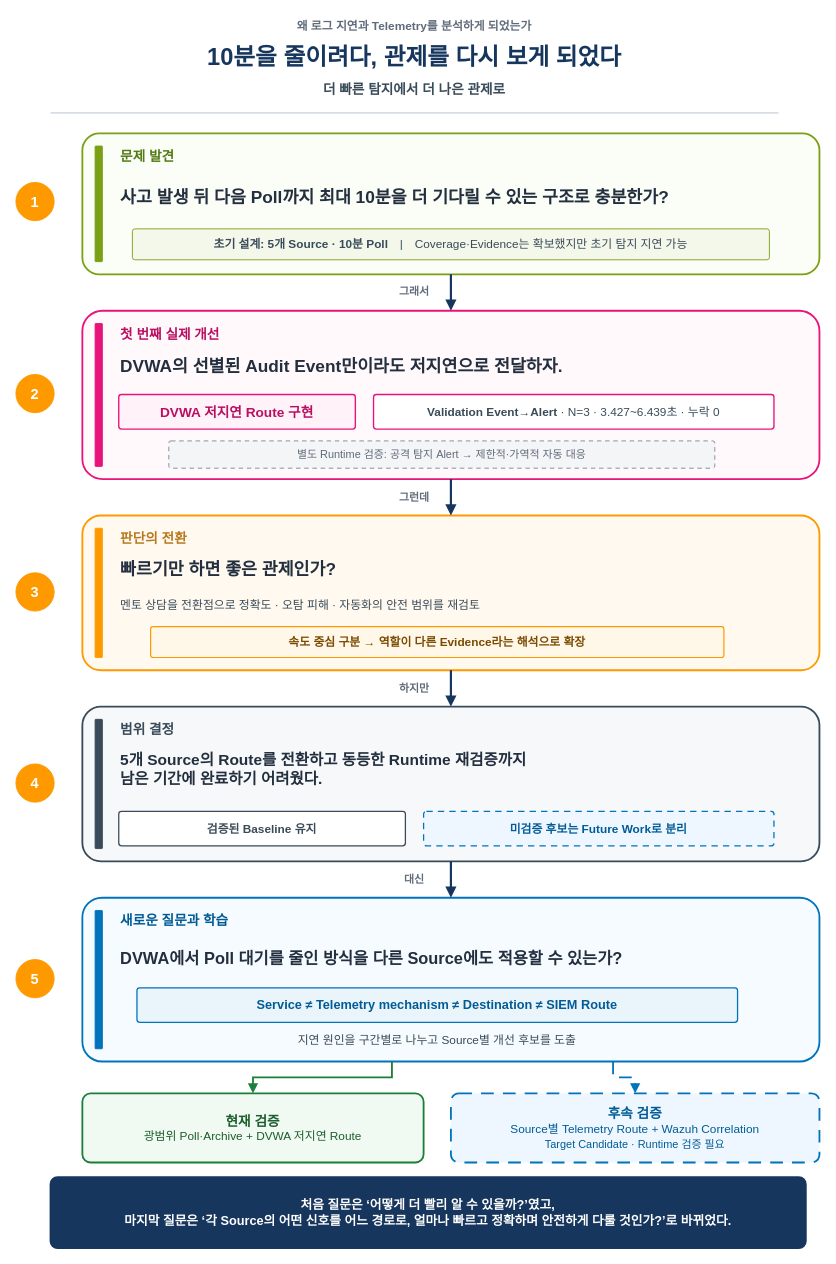
Unoh03/Obsi3 keeps this draw.io diagram as 20_팀 프로젝트/3차 프로젝트/보고서/7.0 10분을 줄이려다 관제를 다시 보게 되었다.drawio. Above is the earlier version. Source tidied: cells renumbered, new cells numbered last; positions are measured from the earlier drawing's top-left corner, leaving out a move shared by most shapes. Both pictures are drawn from the tidied source at 91%, with x=0, y=0 at pixel (15, 15).
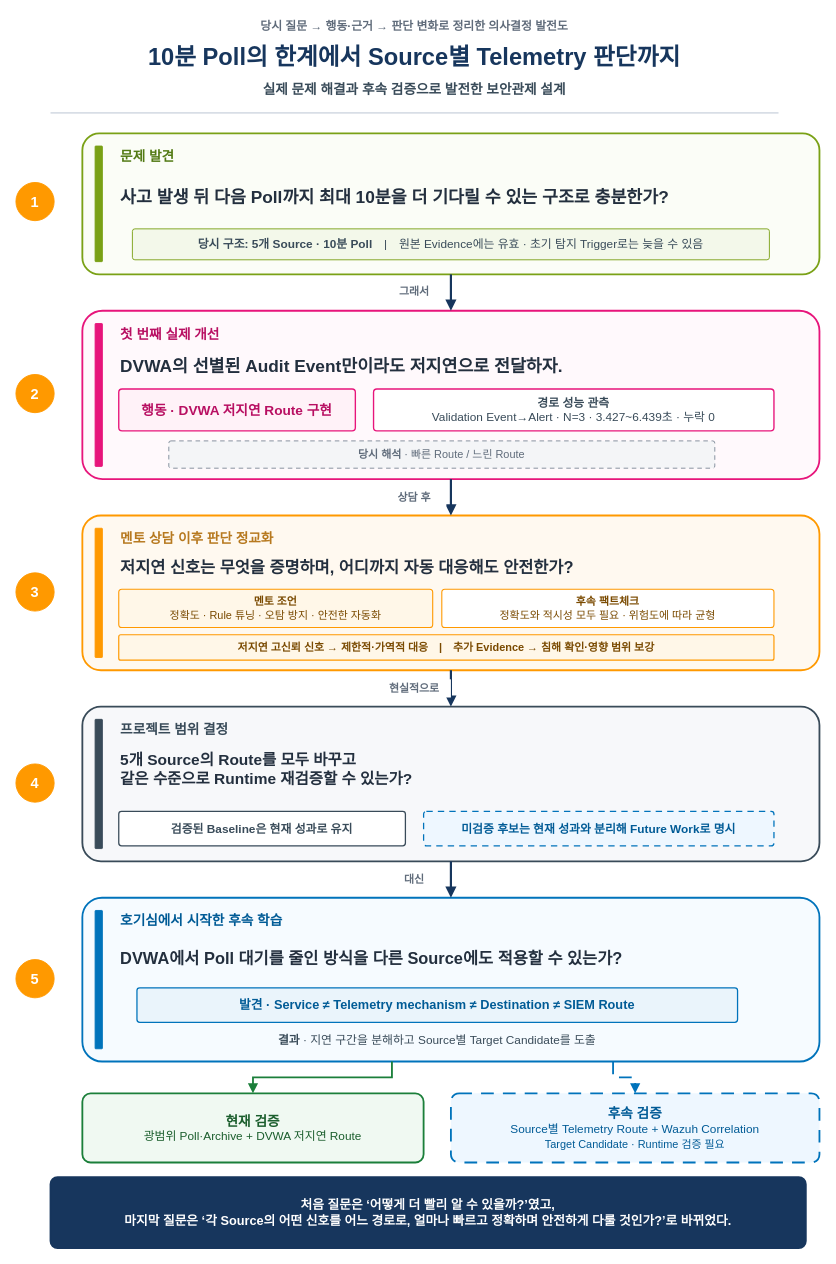
Above is the later version.

Commit message:
Auto: 2026. 08. 26. 17:55:09 M 20_팀 프로젝트/3차 프로젝트/보고서/7.0 10분을 줄이려다 관제를 다시 보게 되었다.drawio

The edit, as a diff of the source:
```diff
@@
-    <mxCell id="2" value="왜 로그 지연과 Telemetry를 분석하게 되었는가" style="html=1;whiteSpace=wrap;strokeColor=none;fillColor=none;align=center;verticalAlign=middle;fontColor=#5F6B7A;fontSize=13;fontStyle=1;" parent="1" vertex="1">
+    <mxCell id="2" value="당시 질문 → 행동·근거 → 판단 변화로 정리한 의사결정 발전도" style="html=1;whiteSpace=wrap;strokeColor=none;fillColor=none;align=center;verticalAlign=middle;fontColor=#5F6B7A;fontSize=13;fontStyle=1;" parent="1" vertex="1">
       <mxGeometry x="128" width="620" height="22" as="geometry" />
     </mxCell>
-    <mxCell id="3" value="10분을 줄이려다, 관제를 다시 보게 되었다" style="html=1;whiteSpace=wrap;strokeColor=none;fillColor=none;align=center;verticalAlign=middle;fontColor=#17365D;fontSize=26;fontStyle=1;" parent="1" vertex="1">
+    <mxCell id="3" value="10분 Poll의 한계에서 Source별 Telemetry 판단까지" style="html=1;whiteSpace=wrap;strokeColor=none;fillColor=none;align=center;verticalAlign=middle;fontColor=#17365D;fontSize=26;fontStyle=1;" parent="1" vertex="1">
       <mxGeometry x="28" y="24" width="820" height="42" as="geometry" />
     </mxCell>
-    <mxCell id="4" value="더 빠른 탐지에서 더 나은 관제로" style="html=1;whiteSpace=wrap;strokeColor=none;fillColor=none;align=center;verticalAlign=middle;fontColor=#394B59;fontSize=15;fontStyle=1;" parent="1" vertex="1">
+    <mxCell id="4" value="실제 문제 해결과 후속 검증으로 발전한 보안관제 설계" style="html=1;whiteSpace=wrap;strokeColor=none;fillColor=none;align=center;verticalAlign=middle;fontColor=#394B59;fontSize=15;fontStyle=1;" parent="1" vertex="1">
       <mxGeometry x="158" y="68" width="560" height="24" as="geometry" />
     </mxCell>
@@
-    <mxCell id="11" value="&lt;b&gt;초기 설계: 5개 Source · 10분 Poll&lt;/b&gt;　|　Coverage·Evidence는 확보했지만 초기 탐지 지연 가능" style="rounded=1;arcSize=8;whiteSpace=wrap;html=1;fillColor=#F3F8EA;strokeColor=#7AA116;strokeWidth=1;fontColor=#394B59;fontSize=13;align=center;verticalAlign=middle;" parent="1" vertex="1">
+    <mxCell id="11" value="&lt;b&gt;당시 구조: 5개 Source · 10분 Poll&lt;/b&gt;　|　원본 Evidence에는 유효 · 초기 탐지 Trigger로는 늦을 수 있음" style="rounded=1;arcSize=8;whiteSpace=wrap;html=1;fillColor=#F3F8EA;strokeColor=#7AA116;strokeWidth=1;fontColor=#394B59;fontSize=13;align=center;verticalAlign=middle;" parent="1" vertex="1">
       <mxGeometry x="128" y="234" width="700" height="34" as="geometry" />
     </mxCell>
@@
-    <mxCell id="17" value="DVWA 저지연 Route 구현" style="rounded=1;arcSize=8;whiteSpace=wrap;html=1;fillColor=#FFF2F8;strokeColor=#E7157B;strokeWidth=1.5;fontColor=#B80F62;fontSize=15;fontStyle=1;align=center;verticalAlign=middle;" parent="1" vertex="1">
-      <mxGeometry x="113" y="416" width="260" height="38" as="geometry" />
+    <mxCell id="17" value="&lt;b&gt;행동&lt;/b&gt; · DVWA 저지연 Route 구현" style="rounded=1;arcSize=8;whiteSpace=wrap;html=1;fillColor=#FFF2F8;strokeColor=#E7157B;strokeWidth=1.5;fontColor=#B80F62;fontSize=15;fontStyle=1;align=center;verticalAlign=middle;" parent="1" vertex="1">
+      <mxGeometry x="113" y="410" width="260" height="46" as="geometry" />
     </mxCell>
-    <mxCell id="18" value="&lt;b&gt;Validation Event→Alert&lt;/b&gt; · N=3 · 3.427~6.439초 · 누락 0" style="rounded=1;arcSize=8;whiteSpace=wrap;html=1;fillColor=#FFFFFF;strokeColor=#E7157B;strokeWidth=1.5;fontColor=#394B59;fontSize=13;align=center;verticalAlign=middle;" parent="1" vertex="1">
-      <mxGeometry x="393" y="416" width="440" height="38" as="geometry" />
+    <mxCell id="18" value="&lt;b&gt;경로 성능 관측&lt;/b&gt;&lt;br&gt;Validation Event→Alert · N=3 · 3.427~6.439초 · 누락 0" style="rounded=1;arcSize=8;whiteSpace=wrap;html=1;fillColor=#FFFFFF;strokeColor=#E7157B;strokeWidth=1.5;fontColor=#394B59;fontSize=13;align=center;verticalAlign=middle;" parent="1" vertex="1">
+      <mxGeometry x="393" y="410" width="440" height="46" as="geometry" />
     </mxCell>
-    <mxCell id="19" value="별도 Runtime 검증: 공격 탐지 Alert → 제한적·가역적 자동 대응" style="rounded=1;arcSize=8;whiteSpace=wrap;html=1;fillColor=#F4F5F7;strokeColor=#7D8998;strokeWidth=1;dashed=1;dashPattern=5 4;fontColor=#5F6B7A;fontSize=12;align=center;verticalAlign=middle;" parent="1" vertex="1">
+    <mxCell id="19" value="&lt;b&gt;당시 해석&lt;/b&gt; · 빠른 Route / 느린 Route" style="rounded=1;arcSize=8;whiteSpace=wrap;html=1;fillColor=#F4F5F7;strokeColor=#7D8998;strokeWidth=1;dashed=1;dashPattern=5 4;fontColor=#5F6B7A;fontSize=12;align=center;verticalAlign=middle;" parent="1" vertex="1">
       <mxGeometry x="168" y="467" width="600" height="30" as="geometry" />
     </mxCell>
@@
-    <mxCell id="23" value="판단의 전환" style="html=1;whiteSpace=wrap;strokeColor=none;fillColor=none;align=left;verticalAlign=middle;fontColor=#B7791F;fontSize=15;fontStyle=1;" parent="1" vertex="1">
-      <mxGeometry x="113" y="562" width="200" height="24" as="geometry" />
+    <mxCell id="23" value="멘토 상담 이후 판단 정교화" style="html=1;whiteSpace=wrap;strokeColor=none;fillColor=none;align=left;verticalAlign=middle;fontColor=#B7791F;fontSize=15;fontStyle=1;" parent="1" vertex="1">
+      <mxGeometry x="113" y="562" width="300" height="24" as="geometry" />
     </mxCell>
-    <mxCell id="24" value="빠르기만 하면 좋은 관제인가?" style="html=1;whiteSpace=wrap;strokeColor=none;fillColor=none;align=left;verticalAlign=middle;fontColor=#232F3E;fontSize=19;fontStyle=1;" parent="1" vertex="1">
-      <mxGeometry x="113" y="588" width="700" height="42" as="geometry" />
+    <mxCell id="24" value="저지연 신호는 무엇을 증명하며, 어디까지 자동 대응해도 안전한가?" style="html=1;whiteSpace=wrap;strokeColor=none;fillColor=none;align=left;verticalAlign=middle;fontColor=#232F3E;fontSize=18;fontStyle=1;" parent="1" vertex="1">
+      <mxGeometry x="113" y="588" width="720" height="38" as="geometry" />
     </mxCell>
-    <mxCell id="25" value="멘토 상담을 전환점으로 정확도 · 오탐 피해 · 자동화의 안전 범위를 재검토" style="html=1;whiteSpace=wrap;strokeColor=none;fillColor=none;align=left;verticalAlign=middle;fontColor=#394B59;fontSize=13;" parent="1" vertex="1">
-      <mxGeometry x="113" y="632" width="700" height="30" as="geometry" />
+    <mxCell id="25" value="&lt;b&gt;멘토 조언&lt;/b&gt;&lt;br&gt;정확도 · Rule 튜닝 · 오탐 방지 · 안전한 자동화" style="rounded=1;arcSize=8;whiteSpace=wrap;html=1;fillColor=#FFF7E8;strokeColor=#FF9900;strokeWidth=1.2;fontColor=#7A4A00;fontSize=12;align=center;verticalAlign=middle;" parent="1" vertex="1">
+      <mxGeometry x="113" y="630" width="345" height="42" as="geometry" />
     </mxCell>
+    <mxCell id="54" value="&lt;b&gt;후속 팩트체크&lt;/b&gt;&lt;br&gt;정확도와 적시성 모두 필요 · 위험도에 따라 균형" style="rounded=1;arcSize=8;whiteSpace=wrap;html=1;fillColor=#FFFFFF;strokeColor=#FF9900;strokeWidth=1.2;fontColor=#7A4A00;fontSize=12;align=center;verticalAlign=middle;" parent="1" vertex="1">
+      <mxGeometry x="468" y="630" width="365" height="42" as="geometry" />
+    </mxCell>
-    <mxCell id="26" value="속도 중심 구분 → 역할이 다른 Evidence라는 해석으로 확장" style="rounded=1;arcSize=8;whiteSpace=wrap;html=1;fillColor=#FFF7E8;strokeColor=#FF9900;strokeWidth=1.3;fontColor=#7A4A00;fontSize=13;fontStyle=1;align=center;verticalAlign=middle;" parent="1" vertex="1">
-      <mxGeometry x="148" y="671" width="630" height="34" as="geometry" />
+    <mxCell id="26" value="저지연 고신뢰 신호 → 제한적·가역적 대응　|　추가 Evidence → 침해 확인·영향 범위 보강" style="rounded=1;arcSize=8;whiteSpace=wrap;html=1;fillColor=#FFF7E8;strokeColor=#FF9900;strokeWidth=1.3;fontColor=#7A4A00;fontSize=12;fontStyle=1;align=center;verticalAlign=middle;" parent="1" vertex="1">
+      <mxGeometry x="113" y="680" width="720" height="28" as="geometry" />
     </mxCell>
@@
-    <mxCell id="30" value="범위 결정" style="html=1;whiteSpace=wrap;strokeColor=none;fillColor=none;align=left;verticalAlign=middle;fontColor=#394B59;fontSize=15;fontStyle=1;" parent="1" vertex="1">
+    <mxCell id="30" value="프로젝트 범위 결정" style="html=1;whiteSpace=wrap;strokeColor=none;fillColor=none;align=left;verticalAlign=middle;fontColor=#394B59;fontSize=15;fontStyle=1;" parent="1" vertex="1">
       <mxGeometry x="113" y="772" width="180" height="24" as="geometry" />
     </mxCell>
-    <mxCell id="31" value="5개 Source의 Route를 전환하고 동등한 Runtime 재검증까지&lt;br&gt;남은 기간에 완료하기 어려웠다." style="html=1;whiteSpace=wrap;strokeColor=none;fillColor=none;align=left;verticalAlign=middle;fontColor=#232F3E;fontSize=17;fontStyle=1;spacing=2;" parent="1" vertex="1">
+    <mxCell id="31" value="5개 Source의 Route를 모두 바꾸고&lt;br&gt;같은 수준으로 Runtime 재검증할 수 있는가?" style="html=1;whiteSpace=wrap;strokeColor=none;fillColor=none;align=left;verticalAlign=middle;fontColor=#232F3E;fontSize=17;fontStyle=1;spacing=2;" parent="1" vertex="1">
       <mxGeometry x="113" y="799" width="720" height="60" as="geometry" />
     </mxCell>
-    <mxCell id="32" value="검증된 Baseline 유지" style="rounded=1;arcSize=8;whiteSpace=wrap;html=1;fillColor=#FFFFFF;strokeColor=#394B59;strokeWidth=1.4;fontColor=#394B59;fontSize=13;fontStyle=1;align=center;verticalAlign=middle;" parent="1" vertex="1">
+    <mxCell id="32" value="검증된 Baseline은 현재 성과로 유지" style="rounded=1;arcSize=8;whiteSpace=wrap;html=1;fillColor=#FFFFFF;strokeColor=#394B59;strokeWidth=1.4;fontColor=#394B59;fontSize=13;fontStyle=1;align=center;verticalAlign=middle;" parent="1" vertex="1">
       <mxGeometry x="113" y="874" width="315" height="38" as="geometry" />
     </mxCell>
-    <mxCell id="33" value="미검증 후보는 Future Work로 분리" style="rounded=1;arcSize=8;whiteSpace=wrap;html=1;fillColor=#EEF7FF;strokeColor=#0073BB;strokeWidth=1.4;dashed=1;dashPattern=5 4;fontColor=#005B96;fontSize=13;fontStyle=1;align=center;verticalAlign=middle;" parent="1" vertex="1">
+    <mxCell id="33" value="미검증 후보는 현재 성과와 분리해 Future Work로 명시" style="rounded=1;arcSize=8;whiteSpace=wrap;html=1;fillColor=#EEF7FF;strokeColor=#0073BB;strokeWidth=1.4;dashed=1;dashPattern=5 4;fontColor=#005B96;fontSize=13;fontStyle=1;align=center;verticalAlign=middle;" parent="1" vertex="1">
       <mxGeometry x="448" y="874" width="385" height="38" as="geometry" />
     </mxCell>
@@
-    <mxCell id="37" value="새로운 질문과 학습" style="html=1;whiteSpace=wrap;strokeColor=none;fillColor=none;align=left;verticalAlign=middle;fontColor=#005B96;fontSize=15;fontStyle=1;" parent="1" vertex="1">
-      <mxGeometry x="113" y="982" width="240" height="24" as="geometry" />
+    <mxCell id="37" value="호기심에서 시작한 후속 학습" style="html=1;whiteSpace=wrap;strokeColor=none;fillColor=none;align=left;verticalAlign=middle;fontColor=#005B96;fontSize=15;fontStyle=1;" parent="1" vertex="1">
+      <mxGeometry x="113" y="982" width="300" height="24" as="geometry" />
     </mxCell>
@@
-    <mxCell id="39" value="Service ≠ Telemetry mechanism ≠ Destination ≠ SIEM Route" style="rounded=1;arcSize=8;whiteSpace=wrap;html=1;fillColor=#EAF4FB;strokeColor=#0073BB;strokeWidth=1.4;fontColor=#005B96;fontSize=14;fontStyle=1;align=center;verticalAlign=middle;" parent="1" vertex="1">
+    <mxCell id="39" value="&lt;b&gt;발견&lt;/b&gt; · Service ≠ Telemetry mechanism ≠ Destination ≠ SIEM Route" style="rounded=1;arcSize=8;whiteSpace=wrap;html=1;fillColor=#EAF4FB;strokeColor=#0073BB;strokeWidth=1.4;fontColor=#005B96;fontSize=14;fontStyle=1;align=center;verticalAlign=middle;" parent="1" vertex="1">
       <mxGeometry x="133" y="1068" width="660" height="38" as="geometry" />
     </mxCell>
-    <mxCell id="40" value="지연 원인을 구간별로 나누고 Source별 개선 후보를 도출" style="html=1;whiteSpace=wrap;strokeColor=none;fillColor=none;align=center;verticalAlign=middle;fontColor=#394B59;fontSize=13;" parent="1" vertex="1">
+    <mxCell id="40" value="&lt;b&gt;결과&lt;/b&gt; · 지연 구간을 분해하고 Source별 Target Candidate를 도출" style="html=1;whiteSpace=wrap;strokeColor=none;fillColor=none;align=center;verticalAlign=middle;fontColor=#394B59;fontSize=13;" parent="1" vertex="1">
       <mxGeometry x="138" y="1111" width="650" height="28" as="geometry" />
     </mxCell>
@@
-    <mxCell id="47" value="그런데" style="html=1;whiteSpace=wrap;strokeColor=none;fillColor=#FFFFFF;align=center;verticalAlign=middle;fontColor=#5F6B7A;fontSize=12;fontStyle=1;" parent="1" vertex="1">
-      <mxGeometry x="408" y="519" width="60" height="20" as="geometry" />
+    <mxCell id="47" value="상담 후" style="html=1;whiteSpace=wrap;strokeColor=none;fillColor=#FFFFFF;align=center;verticalAlign=middle;fontColor=#5F6B7A;fontSize=12;fontStyle=1;" parent="1" vertex="1">
+      <mxGeometry x="403" y="519" width="70" height="20" as="geometry" />
     </mxCell>
@@
-    <mxCell id="49" value="하지만" style="html=1;whiteSpace=wrap;strokeColor=none;fillColor=#FFFFFF;align=center;verticalAlign=middle;fontColor=#5F6B7A;fontSize=12;fontStyle=1;" parent="1" vertex="1">
-      <mxGeometry x="408" y="729" width="60" height="20" as="geometry" />
+    <mxCell id="49" value="현실적으로" style="html=1;whiteSpace=wrap;strokeColor=none;fillColor=#FFFFFF;align=center;verticalAlign=middle;fontColor=#5F6B7A;fontSize=12;fontStyle=1;" parent="1" vertex="1">
+      <mxGeometry x="398" y="729" width="80" height="20" as="geometry" />
     </mxCell>
```
